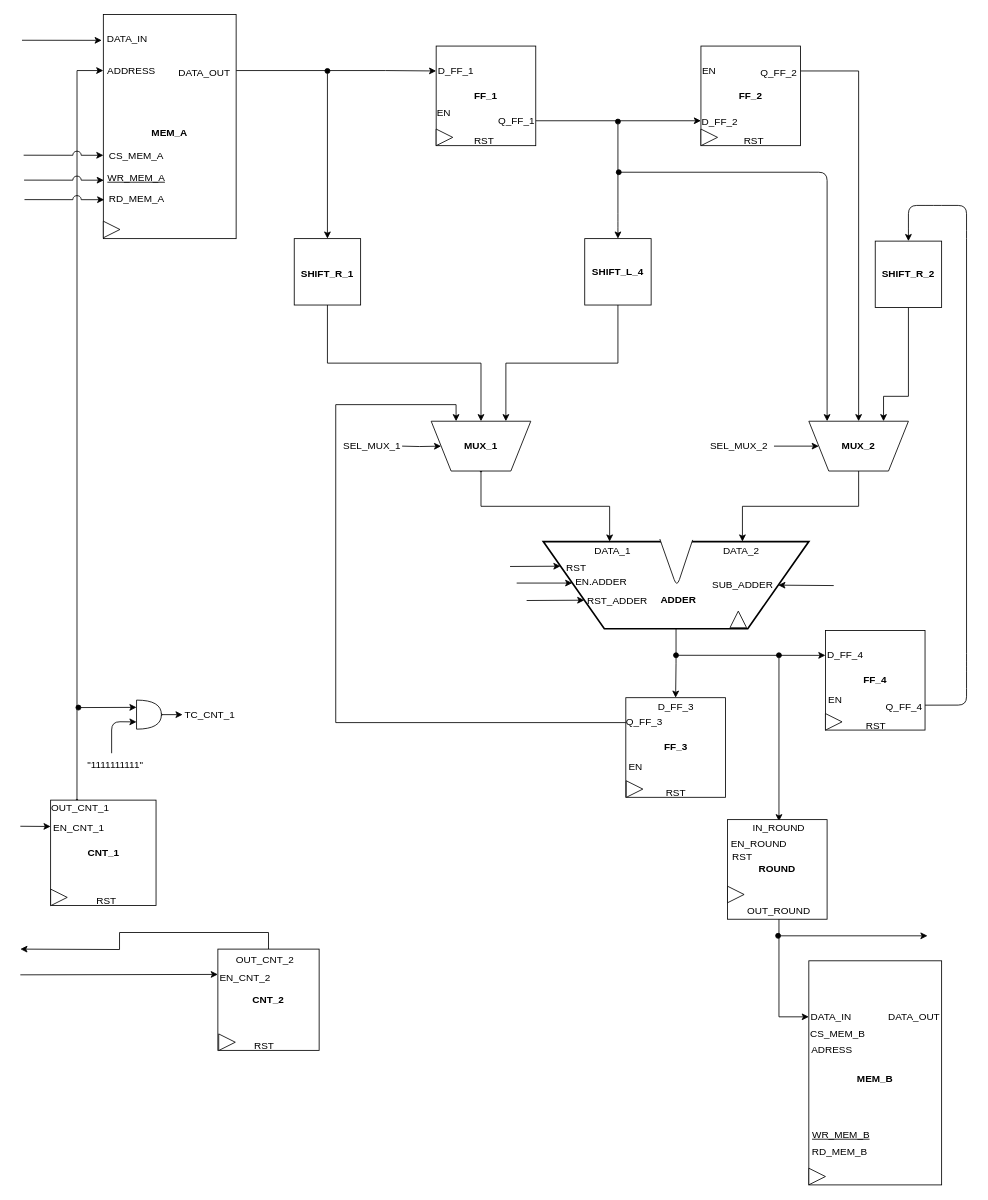
Before: lab6/Datapath.drawio in leobel96/Polito-ESD-NeuralNetwork, a draw.io diagram. Source tidied: cells renumbered, new cells numbered last; positions are measured from the earlier drawing's top-left corner, leaving out a move shared by most shapes. Both pictures are drawn from the tidied source at 83%, with x=0, y=0 at pixel (20, 14).
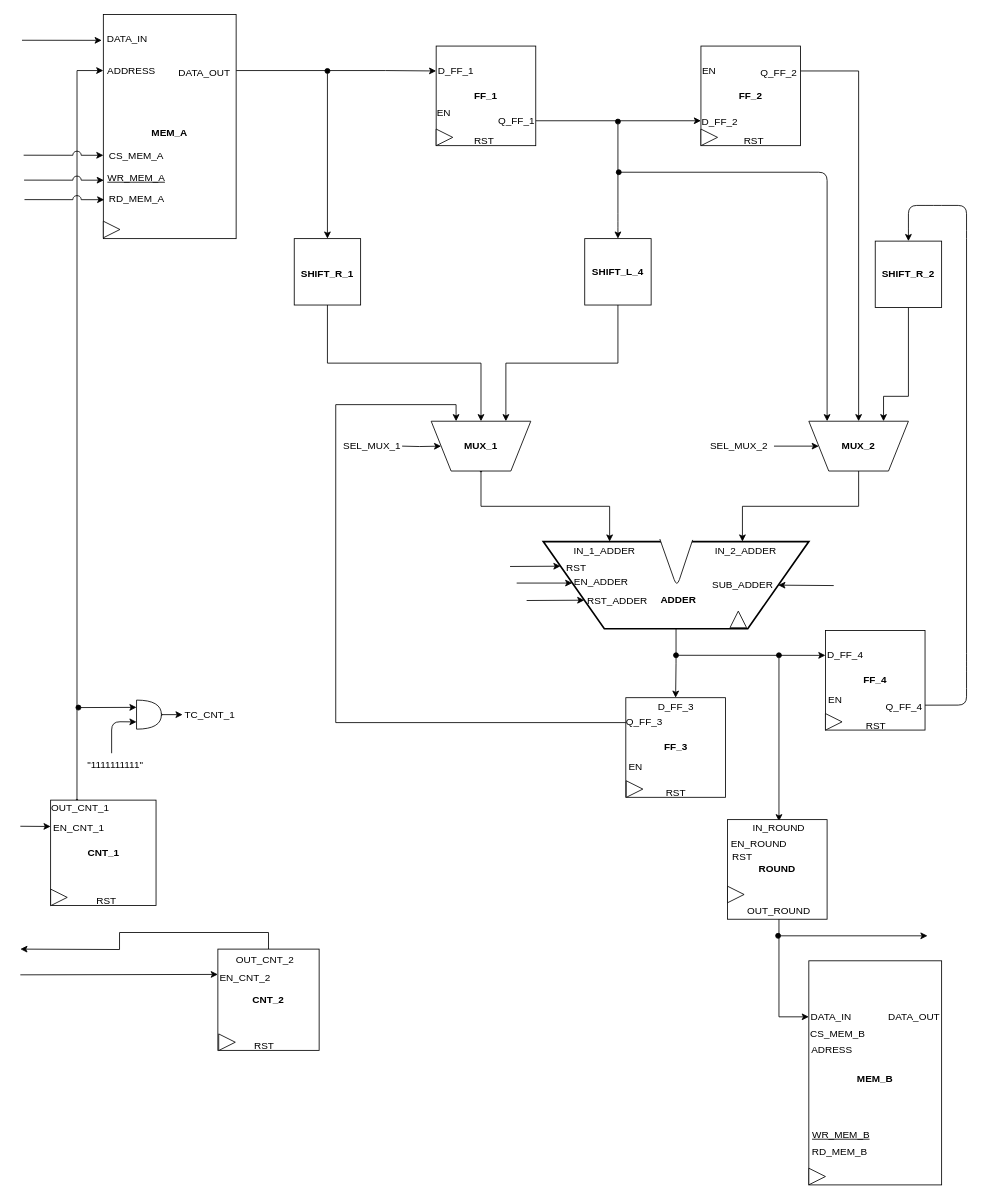
The same page after the edit.

Change to the diagram source:
```diff
@@
-    <mxCell id="46" value="EN.ADDER" style="text;html=1;strokeColor=none;fillColor=none;align=center;verticalAlign=middle;whiteSpace=wrap;rounded=0;" parent="1" vertex="1">
+    <mxCell id="46" value="EN_ADDER" style="text;html=1;strokeColor=none;fillColor=none;align=center;verticalAlign=middle;whiteSpace=wrap;rounded=0;" parent="1" vertex="1">
       <mxGeometry x="666" y="674" width="68" height="20" as="geometry" />
     </mxCell>
@@
-    <mxCell id="107" value="DATA_1" style="text;html=1;align=left;verticalAlign=top;spacingTop=-4;" parent="1" vertex="1">
-      <mxGeometry x="689.5" y="637" width="60" height="20" as="geometry" />
+    <mxCell id="107" value="IN_1_ADDER" style="text;html=1;align=left;verticalAlign=top;spacingTop=-4;" parent="1" vertex="1">
+      <mxGeometry x="664.5" y="637" width="90" height="20" as="geometry" />
     </mxCell>
-    <mxCell id="108" value="DATA_2" style="text;html=1;align=left;verticalAlign=top;spacingTop=-4;" parent="1" vertex="1">
-      <mxGeometry x="845" y="637" width="60" height="20" as="geometry" />
+    <mxCell id="108" value="IN_2_ADDER" style="text;html=1;align=left;verticalAlign=top;spacingTop=-4;" parent="1" vertex="1">
+      <mxGeometry x="835" y="637" width="90" height="20" as="geometry" />
     </mxCell>
```
